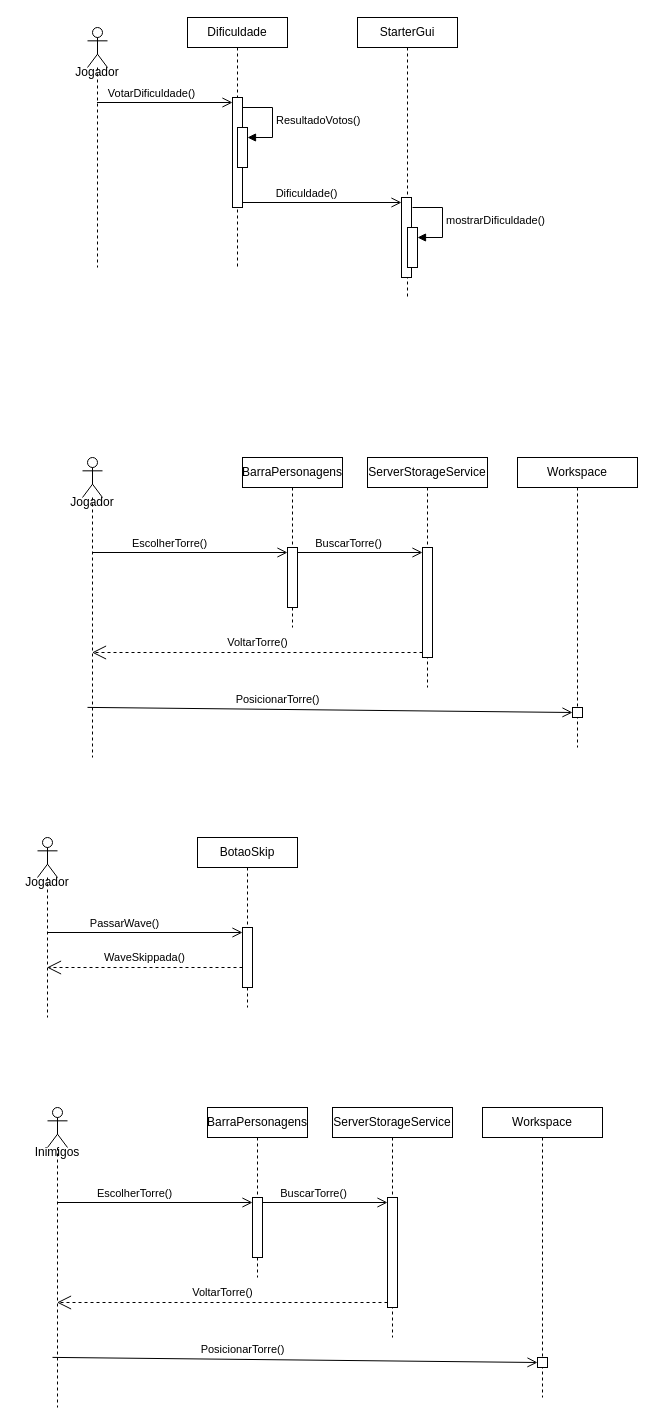
Above: DiagramaDeSequênciaPlacementTower.drawio in DEV-0ne-Jao/Projeto-Integrador (draw.io), before the change. Source tidied: cells renumbered, new cells numbered last; positions are measured from the earlier drawing's top-left corner, leaving out a move shared by most shapes. Both pictures are drawn from the tidied source at 100%, with x=0, y=0 at pixel (17, 17).
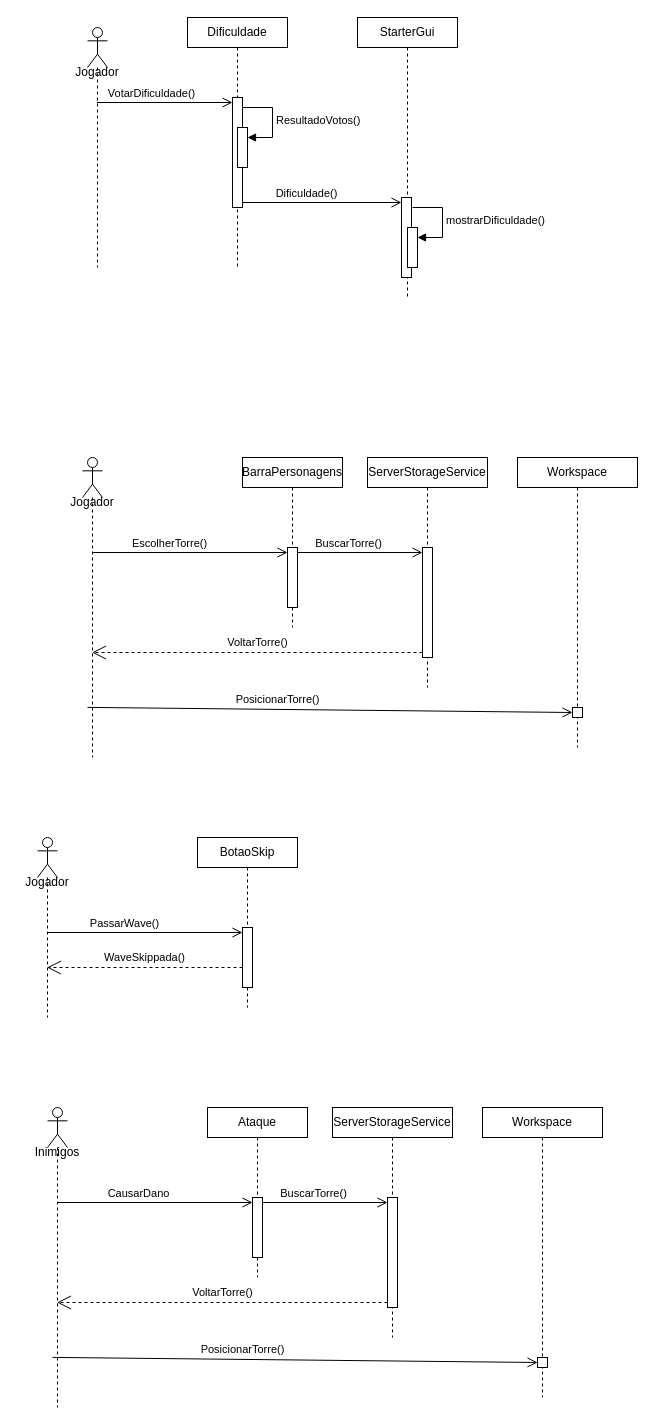
The same diagram, later.

The change refers to these unchanged cells:
```xml
<mxCell id="43" style="endArrow=open;startArrow=none;endFill=0;startFill=0;endSize=8;html=1;verticalAlign=bottom;labelBackgroundColor=none;strokeWidth=1;rounded=0;entryX=0;entryY=0;entryDx=0;entryDy=5;entryPerimeter=0;" parent="1" edge="1" source="38" target="40">
  <mxGeometry relative="1" as="geometry" />
</mxCell>
```

Diff of the diagram source:
```diff
@@
-    <mxCell id="39" value="BarraPersonagens" style="shape=umlLifeline;perimeter=lifelinePerimeter;whiteSpace=wrap;html=1;newEdgeStyle={&quot;curved&quot;:0,&quot;rounded&quot;:0};size=30;" parent="1" vertex="1">
+    <mxCell id="39" value="Ataque" style="shape=umlLifeline;perimeter=lifelinePerimeter;whiteSpace=wrap;html=1;newEdgeStyle={&quot;curved&quot;:0,&quot;rounded&quot;:0};size=30;" parent="1" vertex="1">
       <mxGeometry x="190" y="1090" width="100" height="170" as="geometry" />
     </mxCell>
@@
-    <mxCell id="44" value="EscolherTorre()" style="edgeLabel;html=1;align=center;verticalAlign=middle;" parent="43" vertex="1">
+    <mxCell id="44" value="CausarDano" style="edgeLabel;html=1;align=center;verticalAlign=middle;" parent="43" vertex="1">
       <mxGeometry x="-0.22" relative="1" as="geometry">
-        <mxPoint x="1" y="-10" as="offset" />
+        <mxPoint x="5" y="-10" as="offset" />
       </mxGeometry>
     </mxCell>
```
